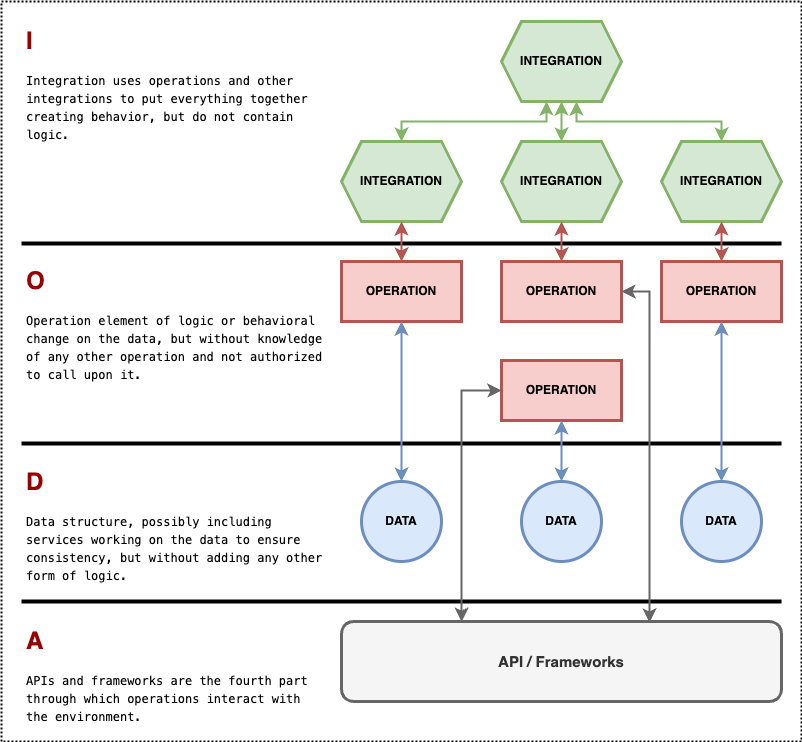
rdemers/org_framework_ioda3d keeps this draw.io diagram as doc/asserts/IODA.png. Above is the earlier version. Source tidied: cells renumbered, new cells last; positions are measured from the earlier drawing's top-left corner, leaving out a move shared by most shapes.
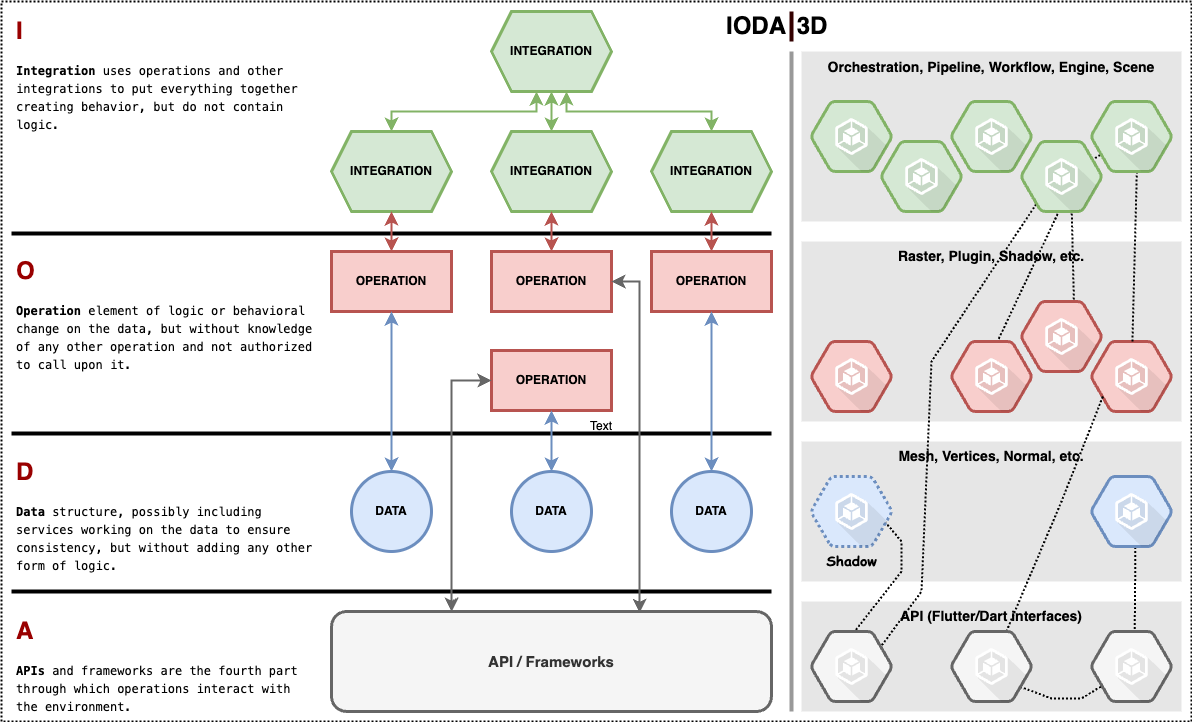
After the change.

What changed in the source:
```diff
@@ -3,8 +3,20 @@
     <mxCell id="0" />
     <mxCell id="1" parent="0" />
     <mxCell id="2" style="rounded=0;whiteSpace=wrap;html=1;dashed=1;dashPattern=1 1;fillColor=none;strokeWidth=2;" parent="1" vertex="1">
-      <mxGeometry width="800" height="740" as="geometry" />
+      <mxGeometry x="10" y="10" width="1190" height="720" as="geometry" />
     </mxCell>
+    <mxCell id="33" value="API (Flutter/Dart interfaces)" style="text;html=1;strokeColor=none;fillColor=#E6E6E6;align=center;verticalAlign=top;whiteSpace=wrap;rounded=0;strokeWidth=1;fontSize=14;fontStyle=1;" parent="1" vertex="1">
+      <mxGeometry x="810" y="610" width="380" height="110" as="geometry" />
+    </mxCell>
+    <mxCell id="34" value="Mesh, Vertices, Normal, etc." style="text;html=1;strokeColor=none;fillColor=#E6E6E6;align=center;verticalAlign=top;whiteSpace=wrap;rounded=0;strokeWidth=1;fontSize=14;fontStyle=1;" parent="1" vertex="1">
+      <mxGeometry x="810" y="450" width="380" height="140" as="geometry" />
+    </mxCell>
+    <mxCell id="35" value="Raster, Plugin, Shadow, etc." style="text;html=1;strokeColor=none;fillColor=#E6E6E6;align=center;verticalAlign=top;whiteSpace=wrap;rounded=0;strokeWidth=1;fontSize=14;fontStyle=1;" parent="1" vertex="1">
+      <mxGeometry x="810" y="250" width="380" height="180" as="geometry" />
+    </mxCell>
+    <mxCell id="36" value="&lt;font style=&quot;font-size: 14px;&quot;&gt;Orchestration, Pipeline, Workflow, Engine, Scene&lt;/font&gt;" style="text;html=1;strokeColor=none;fillColor=#E6E6E6;align=center;verticalAlign=top;whiteSpace=wrap;rounded=0;strokeWidth=1;fontSize=16;fontStyle=1;" parent="1" vertex="1">
+      <mxGeometry x="810" y="60" width="380" height="170" as="geometry" />
+    </mxCell>
     <mxCell id="3" value="DATA" style="ellipse;whiteSpace=wrap;html=1;fillColor=#dae8fc;strokeColor=#6c8ebf;fontStyle=1;strokeWidth=3;" parent="1" vertex="1">
       <mxGeometry x="360" y="480" width="80" height="80" as="geometry" />
     </mxCell>
@@ -15,7 +27,7 @@
       <mxGeometry x="340" y="140" width="120" height="80" as="geometry" />
     </mxCell>
     <mxCell id="6" value="API / Frameworks" style="rounded=1;whiteSpace=wrap;html=1;fillColor=#f5f5f5;fontColor=#333333;strokeColor=#666666;fontStyle=1;fontSize=15;strokeWidth=3;" parent="1" vertex="1">
-      <mxGeometry x="340" y="620" width="440" height="80" as="geometry" />
+      <mxGeometry x="340" y="620" width="440" height="100" as="geometry" />
     </mxCell>
     <mxCell id="7" style="line;strokeWidth=4;fillColor=none;align=left;verticalAlign=middle;spacingTop=-1;spacingLeft=3;spacingRight=3;labelPosition=right;strokeColor=inherit;" parent="1" vertex="1">
       <mxGeometry x="20" y="238" width="760" height="8" as="geometry" />
@@ -48,7 +60,7 @@
     <mxCell id="13" style="endArrow=classic;html=1;rounded=0;endSize=8;startSize=8;startArrow=classic;startFill=1;strokeWidth=2;fillColor=#d5e8d4;strokeColor=#82B366;entryX=0.5;entryY=1;entryDx=0;entryDy=0;exitX=0.5;exitY=0;exitDx=0;exitDy=0;" parent="1" edge="1" source="8" target="10">
       <mxGeometry relative="1" as="geometry" />
     </mxCell>
-    <mxCell id="14" value="&lt;h1&gt;&lt;span style=&quot;background-color: initial;&quot;&gt;&lt;font color=&quot;#990000&quot;&gt;I&lt;/font&gt;&lt;/span&gt;&lt;/h1&gt;&lt;h1&gt;&lt;div style=&quot;background-color: rgb(255, 255, 255); font-family: Menlo, Monaco, &amp;quot;Courier New&amp;quot;, monospace; font-weight: normal; font-size: 12px; line-height: 18px;&quot;&gt;Integration uses operations and other integrations to put everything together creating behavior, but do not contain logic.&lt;/div&gt;&lt;/h1&gt;" style="text;html=1;strokeColor=none;fillColor=none;spacing=5;spacingTop=-20;whiteSpace=wrap;overflow=hidden;rounded=0;" parent="1" vertex="1">
+    <mxCell id="14" value="&lt;h1&gt;&lt;span style=&quot;background-color: initial;&quot;&gt;&lt;font color=&quot;#990000&quot;&gt;I&lt;/font&gt;&lt;/span&gt;&lt;/h1&gt;&lt;h1&gt;&lt;div style=&quot;background-color: rgb(255, 255, 255); font-family: Menlo, Monaco, &amp;quot;Courier New&amp;quot;, monospace; font-size: 12px; line-height: 18px;&quot;&gt;Integration&lt;span style=&quot;font-weight: normal;&quot;&gt; uses operations and other integrations to put everything together creating behavior, but do not contain logic.&lt;/span&gt;&lt;/div&gt;&lt;/h1&gt;" style="text;html=1;strokeColor=none;fillColor=none;spacing=5;spacingTop=-20;whiteSpace=wrap;overflow=hidden;rounded=0;" parent="1" vertex="1">
       <mxGeometry x="20" y="20" width="310" height="130" as="geometry" />
     </mxCell>
     <mxCell id="15" value="OPERATION" style="rounded=0;whiteSpace=wrap;html=1;fillColor=#f8cecc;strokeColor=#b85450;fontStyle=1;strokeWidth=3;" parent="1" vertex="1">
@@ -57,7 +69,7 @@
     <mxCell id="16" value="OPERATION" style="rounded=0;whiteSpace=wrap;html=1;fillColor=#f8cecc;strokeColor=#b85450;fontStyle=1;strokeWidth=3;" parent="1" vertex="1">
       <mxGeometry x="660" y="260" width="120" height="60" as="geometry" />
     </mxCell>
-    <mxCell id="17" value="&lt;h1&gt;&lt;font color=&quot;#990000&quot;&gt;O&lt;/font&gt;&lt;/h1&gt;&lt;h1&gt;&lt;div style=&quot;background-color: rgb(255, 255, 255); font-family: Menlo, Monaco, &amp;quot;Courier New&amp;quot;, monospace; font-weight: normal; font-size: 12px; line-height: 18px;&quot;&gt;Operation element of logic or behavioral change on the data, but without knowledge of any other operation and not authorized to call upon it.&lt;/div&gt;&lt;/h1&gt;" style="text;html=1;strokeColor=none;fillColor=none;spacing=5;spacingTop=-20;whiteSpace=wrap;overflow=hidden;rounded=0;" parent="1" vertex="1">
+    <mxCell id="17" value="&lt;h1&gt;&lt;font color=&quot;#990000&quot;&gt;O&lt;/font&gt;&lt;/h1&gt;&lt;h1&gt;&lt;div style=&quot;background-color: rgb(255, 255, 255); font-family: Menlo, Monaco, &amp;quot;Courier New&amp;quot;, monospace; font-size: 12px; line-height: 18px;&quot;&gt;Operation&lt;span style=&quot;font-weight: normal;&quot;&gt; element of logic or behavioral change on the data, but without knowledge of any other operation and not authorized to call upon it.&lt;/span&gt;&lt;/div&gt;&lt;/h1&gt;" style="text;html=1;strokeColor=none;fillColor=none;spacing=5;spacingTop=-20;whiteSpace=wrap;overflow=hidden;rounded=0;" parent="1" vertex="1">
       <mxGeometry x="20" y="260" width="310" height="130" as="geometry" />
     </mxCell>
     <mxCell id="18" style="endArrow=classic;html=1;rounded=0;endSize=8;startSize=8;startArrow=classic;startFill=1;strokeWidth=2;fillColor=#f8cecc;strokeColor=#b85450;entryX=0.5;entryY=1;entryDx=0;entryDy=0;exitX=0.5;exitY=0;exitDx=0;exitDy=0;" parent="1" edge="1" source="4" target="5">
@@ -81,7 +93,7 @@
     <mxCell id="24" value="OPERATION" style="rounded=0;whiteSpace=wrap;html=1;fillColor=#f8cecc;strokeColor=#b85450;fontStyle=1;strokeWidth=3;" parent="1" vertex="1">
       <mxGeometry x="500" y="359" width="120" height="60" as="geometry" />
     </mxCell>
-    <mxCell id="25" value="&lt;h1&gt;&lt;font color=&quot;#990000&quot;&gt;D&lt;/font&gt;&lt;/h1&gt;&lt;h1&gt;&lt;div style=&quot;background-color: rgb(255, 255, 255); font-family: Menlo, Monaco, &amp;quot;Courier New&amp;quot;, monospace; font-weight: normal; font-size: 12px; line-height: 18px;&quot;&gt;&lt;div style=&quot;line-height: 18px;&quot;&gt;Data structure, possibly including services working on the data to ensure consistency, but without adding any other form of logic.&lt;/div&gt;&lt;/div&gt;&lt;/h1&gt;" style="text;html=1;strokeColor=none;fillColor=none;spacing=5;spacingTop=-20;whiteSpace=wrap;overflow=hidden;rounded=0;" parent="1" vertex="1">
+    <mxCell id="25" value="&lt;h1&gt;&lt;font color=&quot;#990000&quot;&gt;D&lt;/font&gt;&lt;/h1&gt;&lt;h1&gt;&lt;div style=&quot;background-color: rgb(255, 255, 255); font-family: Menlo, Monaco, &amp;quot;Courier New&amp;quot;, monospace; font-size: 12px; line-height: 18px;&quot;&gt;&lt;div style=&quot;line-height: 18px;&quot;&gt;Data&lt;span style=&quot;font-weight: normal;&quot;&gt; structure, possibly including services working on the data to ensure consistency, but without adding any other form of logic.&lt;/span&gt;&lt;/div&gt;&lt;/div&gt;&lt;/h1&gt;" style="text;html=1;strokeColor=none;fillColor=none;spacing=5;spacingTop=-20;whiteSpace=wrap;overflow=hidden;rounded=0;" parent="1" vertex="1">
       <mxGeometry x="20" y="461" width="310" height="130" as="geometry" />
     </mxCell>
     <mxCell id="26" style="endArrow=classic;html=1;rounded=0;endSize=8;startSize=8;startArrow=classic;startFill=1;strokeWidth=2;fillColor=#dae8fc;strokeColor=#6c8ebf;entryX=0.5;entryY=1;entryDx=0;entryDy=0;" parent="1" edge="1" source="3" target="4">
@@ -96,7 +108,7 @@
     <mxCell id="29" style="line;strokeWidth=4;fillColor=none;align=left;verticalAlign=middle;spacingTop=-1;spacingLeft=3;spacingRight=3;labelPosition=right;strokeColor=inherit;" parent="1" vertex="1">
       <mxGeometry x="20" y="596" width="760" height="8" as="geometry" />
     </mxCell>
-    <mxCell id="30" value="&lt;h1&gt;&lt;font color=&quot;#990000&quot;&gt;A&lt;/font&gt;&lt;/h1&gt;&lt;h1&gt;&lt;div style=&quot;background-color: rgb(255, 255, 255); font-family: Menlo, Monaco, &amp;quot;Courier New&amp;quot;, monospace; font-weight: normal; font-size: 12px; line-height: 18px;&quot;&gt;&lt;div style=&quot;line-height: 18px;&quot;&gt;&lt;div style=&quot;line-height: 18px;&quot;&gt;APIs and frameworks are the fourth part through which operations interact with the environment.&lt;/div&gt;&lt;/div&gt;&lt;/div&gt;&lt;/h1&gt;" style="text;html=1;strokeColor=none;fillColor=none;spacing=5;spacingTop=-20;whiteSpace=wrap;overflow=hidden;rounded=0;" parent="1" vertex="1">
+    <mxCell id="30" value="&lt;h1&gt;&lt;font color=&quot;#990000&quot;&gt;A&lt;/font&gt;&lt;/h1&gt;&lt;h1&gt;&lt;div style=&quot;background-color: rgb(255, 255, 255); font-family: Menlo, Monaco, &amp;quot;Courier New&amp;quot;, monospace; font-size: 12px; line-height: 18px;&quot;&gt;&lt;div style=&quot;line-height: 18px;&quot;&gt;&lt;div style=&quot;line-height: 18px;&quot;&gt;APIs&lt;span style=&quot;font-weight: normal;&quot;&gt; and frameworks are the fourth part through which operations interact with the environment.&lt;/span&gt;&lt;/div&gt;&lt;/div&gt;&lt;/div&gt;&lt;/h1&gt;" style="text;html=1;strokeColor=none;fillColor=none;spacing=5;spacingTop=-20;whiteSpace=wrap;overflow=hidden;rounded=0;" parent="1" vertex="1">
       <mxGeometry x="20" y="620" width="310" height="110" as="geometry" />
     </mxCell>
     <mxCell id="31" style="endArrow=classic;html=1;rounded=0;endSize=8;startSize=8;startArrow=classic;startFill=1;strokeWidth=2;fillColor=#f5f5f5;strokeColor=#666666;entryX=1;entryY=0.5;entryDx=0;entryDy=0;exitX=0.7;exitY=0.013;exitDx=0;exitDy=0;exitPerimeter=0;edgeStyle=orthogonalEdgeStyle;" parent="1" edge="1" source="6" target="15">
@@ -109,5 +121,108 @@
         </Array>
       </mxGeometry>
     </mxCell>
+    <mxCell id="37" style="verticalLabelPosition=bottom;shadow=0;dashed=0;align=center;html=1;verticalAlign=top;strokeWidth=4;shape=mxgraph.mockup.markup.line;strokeColor=#999999;direction=north;" parent="1" vertex="1">
+      <mxGeometry x="790" y="60" width="20" height="660" as="geometry" />
+    </mxCell>
+    <mxCell id="38" value="Text" style="text;html=1;strokeColor=none;fillColor=none;align=center;verticalAlign=middle;whiteSpace=wrap;rounded=0;" parent="1" vertex="1">
+      <mxGeometry x="580" y="420" width="60" height="30" as="geometry" />
+    </mxCell>
+    <mxCell id="39" value="IODA" style="text;html=1;strokeColor=none;fillColor=none;align=center;verticalAlign=middle;whiteSpace=wrap;rounded=0;strokeWidth=1;fontSize=24;fontStyle=1;" parent="1" vertex="1">
+      <mxGeometry x="730" y="20" width="70" height="30" as="geometry" />
+    </mxCell>
+    <mxCell id="40" value="3D" style="text;html=1;strokeColor=none;fillColor=none;align=center;verticalAlign=middle;whiteSpace=wrap;rounded=0;strokeWidth=1;fontSize=24;fontStyle=1;" parent="1" vertex="1">
+      <mxGeometry x="801" y="20" width="40" height="30" as="geometry" />
+    </mxCell>
+    <mxCell id="41" style="verticalLabelPosition=bottom;shadow=0;dashed=0;align=center;html=1;verticalAlign=top;strokeWidth=4;shape=mxgraph.mockup.markup.line;strokeColor=#330000;direction=north;" parent="1" vertex="1">
+      <mxGeometry x="790" y="20" width="20" height="30" as="geometry" />
+    </mxCell>
+    <mxCell id="42" style="shape=mxgraph.gcp.compute.container_engine;html=1;fillColor=#d5e8d4;verticalLabelPosition=bottom;verticalAlign=top;align=center;strokeColor=#82b366;strokeWidth=3;fontStyle=1;fontFamily=Comic Sans MS;fontSize=14;" parent="1" vertex="1">
+      <mxGeometry x="820" y="110" width="80" height="70" as="geometry" />
+    </mxCell>
+    <mxCell id="43" style="shape=mxgraph.gcp.compute.container_engine;html=1;fillColor=#d5e8d4;verticalLabelPosition=bottom;verticalAlign=top;align=center;strokeColor=#82b366;strokeWidth=3;fontStyle=1;fontFamily=Comic Sans MS;fontSize=14;" parent="1" vertex="1">
+      <mxGeometry x="960" y="110" width="80" height="70" as="geometry" />
+    </mxCell>
+    <mxCell id="44" style="shape=mxgraph.gcp.compute.container_engine;html=1;fillColor=#f8cecc;verticalLabelPosition=bottom;verticalAlign=top;align=center;strokeColor=#b85450;strokeWidth=3;fontStyle=1;fontFamily=Comic Sans MS;fontSize=14;" parent="1" vertex="1">
+      <mxGeometry x="1100" y="350" width="80" height="70" as="geometry" />
+    </mxCell>
+    <mxCell id="45" style="endArrow=none;html=1;rounded=0;exitX=0.588;exitY=0.493;exitDx=0;exitDy=0;exitPerimeter=0;dashed=1;dashPattern=1 1;strokeWidth=2;entryX=0.125;entryY=0.75;entryDx=0;entryDy=0;entryPerimeter=0;" parent="1" edge="1" source="62" target="64">
+      <mxGeometry relative="1" as="geometry" />
+    </mxCell>
+    <mxCell id="46" style="shape=mxgraph.gcp.compute.container_engine;html=1;fillColor=#d5e8d4;verticalLabelPosition=bottom;verticalAlign=top;align=center;strokeColor=#82b366;strokeWidth=3;fontStyle=1;fontFamily=Comic Sans MS;fontSize=14;" parent="1" vertex="1">
+      <mxGeometry x="890" y="150" width="80" height="70" as="geometry" />
+    </mxCell>
+    <mxCell id="47" style="endArrow=none;html=1;rounded=0;exitX=0.85;exitY=0.243;exitDx=0;exitDy=0;exitPerimeter=0;dashed=1;dashPattern=1 1;strokeWidth=2;entryX=0.388;entryY=0.543;entryDx=0;entryDy=0;entryPerimeter=0;" parent="1" edge="1" source="53" target="62">
+      <mxGeometry relative="1" as="geometry">
+        <Array as="points">
+          <mxPoint x="930" y="600" />
+          <mxPoint x="940" y="370" />
+        </Array>
+      </mxGeometry>
+    </mxCell>
+    <mxCell id="48" style="endArrow=none;html=1;rounded=0;dashed=1;dashPattern=1 1;strokeWidth=2;entryX=0.15;entryY=0.764;entryDx=0;entryDy=0;entryPerimeter=0;" parent="1" edge="1" source="56" target="44">
+      <mxGeometry relative="1" as="geometry">
+        <Array as="points">
+          <mxPoint x="1070" y="510" />
+        </Array>
+      </mxGeometry>
+    </mxCell>
+    <mxCell id="49" style="endArrow=none;html=1;rounded=0;dashed=1;dashPattern=1 1;strokeWidth=2;entryX=0.55;entryY=0.75;entryDx=0;entryDy=0;entryPerimeter=0;exitX=0.538;exitY=0.421;exitDx=0;exitDy=0;exitPerimeter=0;" parent="1" edge="1" source="55" target="50">
+      <mxGeometry relative="1" as="geometry" />
+    </mxCell>
+    <mxCell id="50" style="shape=mxgraph.gcp.compute.container_engine;html=1;fillColor=#dae8fc;verticalLabelPosition=bottom;verticalAlign=top;align=center;strokeColor=#6c8ebf;strokeWidth=3;fontStyle=1;fontFamily=Comic Sans MS;fontSize=14;" parent="1" vertex="1">
+      <mxGeometry x="1100" y="485" width="80" height="70" as="geometry" />
+    </mxCell>
+    <mxCell id="51" style="endArrow=none;html=1;rounded=0;exitX=0.525;exitY=0.021;exitDx=0;exitDy=0;exitPerimeter=0;dashed=1;dashPattern=1 1;strokeWidth=2;entryX=0.775;entryY=0.45;entryDx=0;entryDy=0;entryPerimeter=0;" parent="1" edge="1" source="53" target="52">
+      <mxGeometry relative="1" as="geometry">
+        <Array as="points">
+          <mxPoint x="910" y="580" />
+          <mxPoint x="910" y="550" />
+        </Array>
+      </mxGeometry>
+    </mxCell>
+    <mxCell id="52" value="Shadow" style="shape=mxgraph.gcp.compute.container_engine;html=1;fillColor=#dae8fc;verticalLabelPosition=bottom;verticalAlign=top;align=center;strokeColor=#6c8ebf;strokeWidth=3;fontStyle=1;fontFamily=Comic Sans MS;fontSize=14;dashed=1;dashPattern=1 1;" parent="1" vertex="1">
+      <mxGeometry x="820" y="485" width="80" height="70" as="geometry" />
+    </mxCell>
+    <mxCell id="53" style="shape=mxgraph.gcp.compute.container_engine;html=1;fillColor=#f5f5f5;verticalLabelPosition=bottom;verticalAlign=top;align=center;strokeColor=#666666;strokeWidth=3;fontStyle=1;fontFamily=Comic Sans MS;fontSize=14;fontColor=#333333;" parent="1" vertex="1">
+      <mxGeometry x="820" y="640" width="80" height="70" as="geometry" />
+    </mxCell>
+    <mxCell id="54" style="endArrow=none;html=1;rounded=0;dashed=1;dashPattern=1 1;strokeWidth=2;entryX=0.363;entryY=0.614;entryDx=0;entryDy=0;entryPerimeter=0;fontStyle=1;exitX=0.25;exitY=0.529;exitDx=0;exitDy=0;exitPerimeter=0;" parent="1" edge="1" source="56" target="55">
+      <mxGeometry relative="1" as="geometry">
+        <Array as="points">
+          <mxPoint x="1060" y="707" />
+          <mxPoint x="1090" y="707" />
+        </Array>
+      </mxGeometry>
+    </mxCell>
+    <mxCell id="55" style="shape=mxgraph.gcp.compute.container_engine;html=1;fillColor=#f5f5f5;verticalLabelPosition=bottom;verticalAlign=top;align=center;strokeColor=#666666;strokeWidth=3;fontStyle=1;fontFamily=Comic Sans MS;fontSize=14;fontColor=#333333;" parent="1" vertex="1">
+      <mxGeometry x="1100" y="640" width="80" height="70" as="geometry" />
+    </mxCell>
+    <mxCell id="56" style="shape=mxgraph.gcp.compute.container_engine;html=1;fillColor=#f5f5f5;verticalLabelPosition=bottom;verticalAlign=top;align=center;strokeColor=#666666;strokeWidth=3;fontStyle=1;fontFamily=Comic Sans MS;fontSize=14;fontColor=#333333;" parent="1" vertex="1">
+      <mxGeometry x="960" y="640" width="80" height="70" as="geometry" />
+    </mxCell>
+    <mxCell id="57" style="shape=mxgraph.gcp.compute.container_engine;html=1;fillColor=#f8cecc;verticalLabelPosition=bottom;verticalAlign=top;align=center;strokeColor=#b85450;strokeWidth=3;fontStyle=1;fontFamily=Comic Sans MS;fontSize=14;" parent="1" vertex="1">
+      <mxGeometry x="820" y="350" width="80" height="70" as="geometry" />
+    </mxCell>
+    <mxCell id="58" style="endArrow=none;html=1;rounded=0;dashed=1;dashPattern=1 1;strokeWidth=2;entryX=0.513;entryY=0.886;entryDx=0;entryDy=0;entryPerimeter=0;exitX=0.463;exitY=0.271;exitDx=0;exitDy=0;exitPerimeter=0;" parent="1" edge="1" source="59" target="62">
+      <mxGeometry relative="1" as="geometry" />
+    </mxCell>
+    <mxCell id="59" style="shape=mxgraph.gcp.compute.container_engine;html=1;fillColor=#f8cecc;verticalLabelPosition=bottom;verticalAlign=top;align=center;strokeColor=#b85450;strokeWidth=3;fontStyle=1;fontFamily=Comic Sans MS;fontSize=14;" parent="1" vertex="1">
+      <mxGeometry x="960" y="350" width="80" height="70" as="geometry" />
+    </mxCell>
+    <mxCell id="60" style="endArrow=none;html=1;rounded=0;dashed=1;dashPattern=1 1;strokeWidth=2;entryX=0.625;entryY=0.857;entryDx=0;entryDy=0;entryPerimeter=0;exitX=0.663;exitY=0.371;exitDx=0;exitDy=0;exitPerimeter=0;" parent="1" edge="1" source="61" target="62">
+      <mxGeometry relative="1" as="geometry" />
+    </mxCell>
+    <mxCell id="61" style="shape=mxgraph.gcp.compute.container_engine;html=1;fillColor=#f8cecc;verticalLabelPosition=bottom;verticalAlign=top;align=center;strokeColor=#b85450;strokeWidth=3;fontStyle=1;fontFamily=Comic Sans MS;fontSize=14;" parent="1" vertex="1">
+      <mxGeometry x="1030" y="310" width="80" height="70" as="geometry" />
+    </mxCell>
+    <mxCell id="62" style="shape=mxgraph.gcp.compute.container_engine;html=1;fillColor=#d5e8d4;verticalLabelPosition=bottom;verticalAlign=top;align=center;strokeColor=#82b366;strokeWidth=3;fontStyle=1;fontFamily=Comic Sans MS;fontSize=14;" parent="1" vertex="1">
+      <mxGeometry x="1030" y="150" width="80" height="70" as="geometry" />
+    </mxCell>
+    <mxCell id="63" style="endArrow=none;html=1;rounded=0;dashed=1;dashPattern=1 1;strokeWidth=2;entryX=0.575;entryY=0.643;entryDx=0;entryDy=0;entryPerimeter=0;" parent="1" edge="1" source="44" target="64">
+      <mxGeometry relative="1" as="geometry" />
+    </mxCell>
+    <mxCell id="64" style="shape=mxgraph.gcp.compute.container_engine;html=1;fillColor=#d5e8d4;verticalLabelPosition=bottom;verticalAlign=top;align=center;strokeColor=#82b366;strokeWidth=3;fontStyle=1;fontFamily=Comic Sans MS;fontSize=14;" parent="1" vertex="1">
+      <mxGeometry x="1100" y="110" width="80" height="70" as="geometry" />
+    </mxCell>
   </root>
 </mxGraphModel>
```
